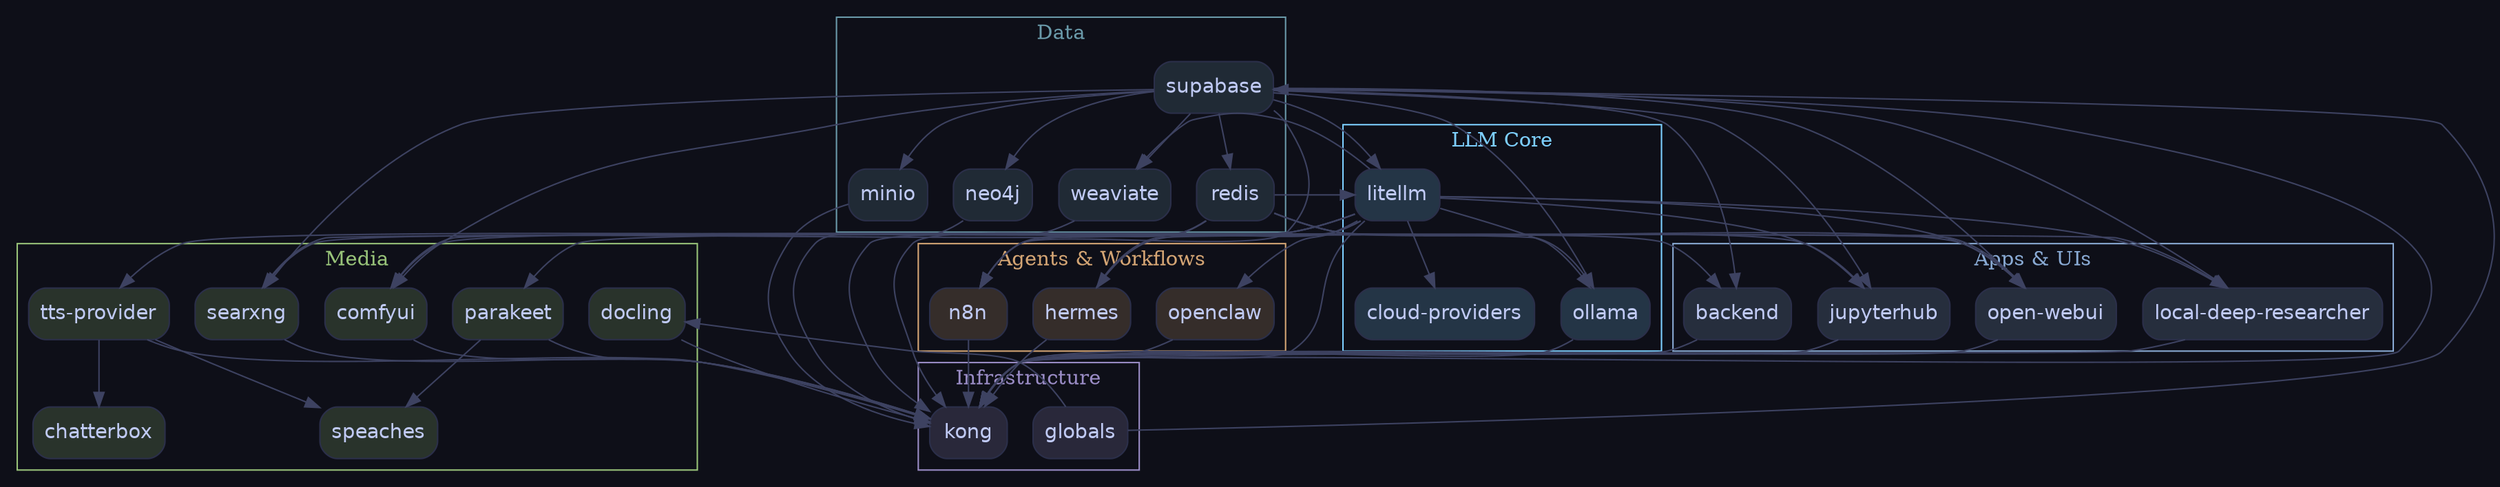
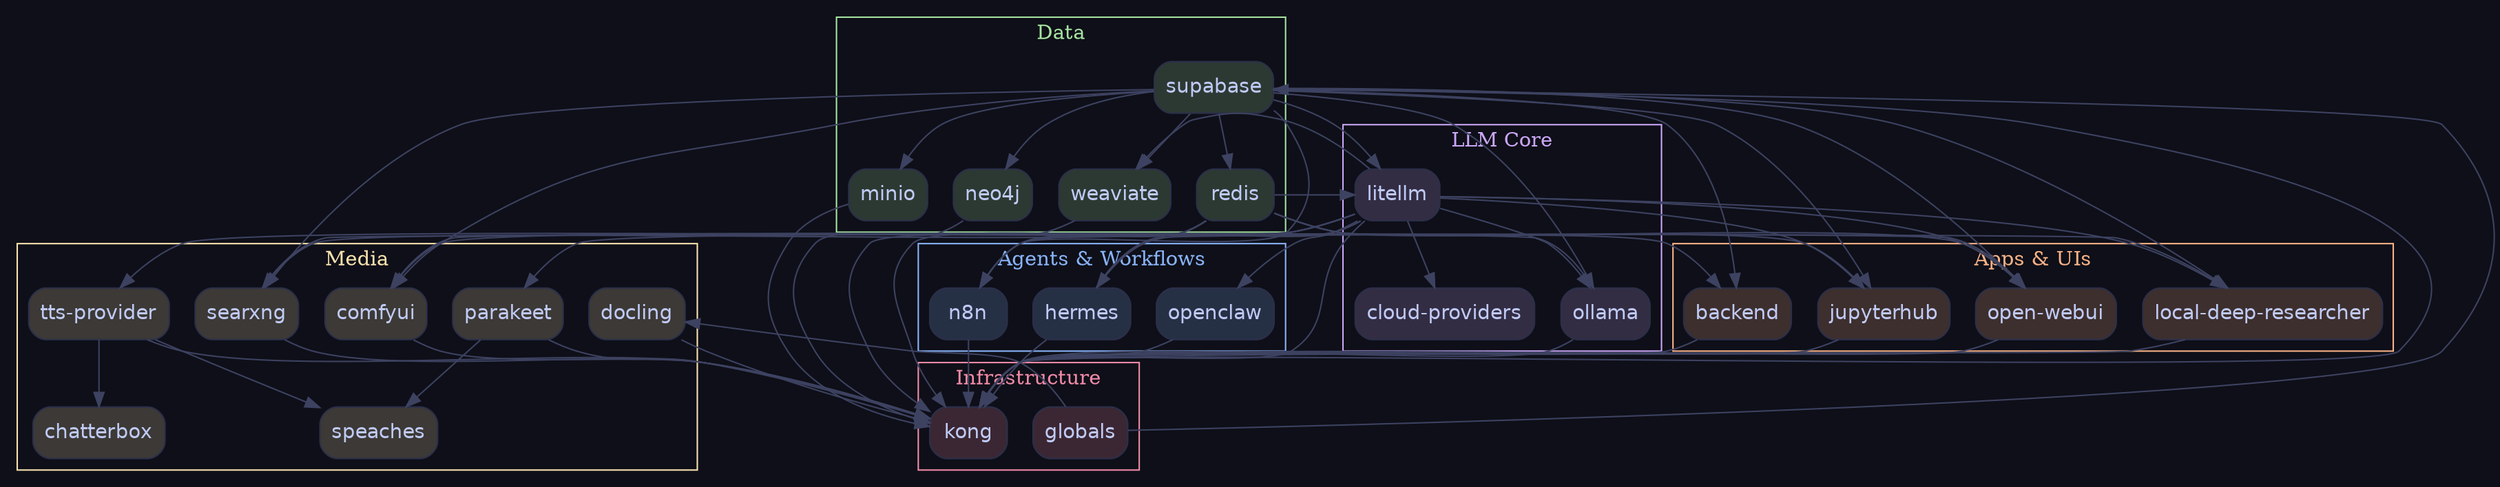
digraph stack {
  rankdir=TB;
  bgcolor="#0e0f18";
  node [shape=box, style="filled,rounded", fontname="Helvetica", fontcolor="#c0caf5", color="#2b2f4a"];
  edge [color="#3d4261"];

  subgraph "cluster_infra" {
    label="Infrastructure";
-     fontcolor="#9a8cc6";
-     color="#9a8cc6";
-     "globals" [fillcolor="#9a8cc633"];
-     "kong" [fillcolor="#9a8cc633"];
+     fontcolor="#f38ba8";
+     color="#f38ba8";
+     "globals" [fillcolor="#f38ba833"];
+     "kong" [fillcolor="#f38ba833"];
  }

  subgraph "cluster_data" {
    label="Data";
-     fontcolor="#6a9aaa";
-     color="#6a9aaa";
-     "supabase" [fillcolor="#6a9aaa33"];
-     "minio" [fillcolor="#6a9aaa33"];
-     "neo4j" [fillcolor="#6a9aaa33"];
-     "redis" [fillcolor="#6a9aaa33"];
-     "weaviate" [fillcolor="#6a9aaa33"];
+     fontcolor="#a6e3a1";
+     color="#a6e3a1";
+     "supabase" [fillcolor="#a6e3a133"];
+     "minio" [fillcolor="#a6e3a133"];
+     "neo4j" [fillcolor="#a6e3a133"];
+     "redis" [fillcolor="#a6e3a133"];
+     "weaviate" [fillcolor="#a6e3a133"];
  }

  subgraph "cluster_llm" {
    label="LLM Core";
-     fontcolor="#7dcfff";
-     color="#7dcfff";
-     "litellm" [fillcolor="#7dcfff33"];
-     "cloud-providers" [fillcolor="#7dcfff33"];
-     "ollama" [fillcolor="#7dcfff33"];
+     fontcolor="#cba6f7";
+     color="#cba6f7";
+     "litellm" [fillcolor="#cba6f733"];
+     "cloud-providers" [fillcolor="#cba6f733"];
+     "ollama" [fillcolor="#cba6f733"];
  }

  subgraph "cluster_media" {
    label="Media";
-     fontcolor="#98c379";
-     color="#98c379";
-     "docling" [fillcolor="#98c37933"];
-     "comfyui" [fillcolor="#98c37933"];
-     "parakeet" [fillcolor="#98c37933"];
-     "searxng" [fillcolor="#98c37933"];
-     "tts-provider" [fillcolor="#98c37933"];
-     "chatterbox" [fillcolor="#98c37933"];
-     "speaches" [fillcolor="#98c37933"];
+     fontcolor="#f9e2af";
+     color="#f9e2af";
+     "docling" [fillcolor="#f9e2af33"];
+     "comfyui" [fillcolor="#f9e2af33"];
+     "parakeet" [fillcolor="#f9e2af33"];
+     "searxng" [fillcolor="#f9e2af33"];
+     "tts-provider" [fillcolor="#f9e2af33"];
+     "chatterbox" [fillcolor="#f9e2af33"];
+     "speaches" [fillcolor="#f9e2af33"];
  }

  subgraph "cluster_agents" {
    label="Agents & Workflows";
-     fontcolor="#d4a574";
-     color="#d4a574";
-     "hermes" [fillcolor="#d4a57433"];
-     "n8n" [fillcolor="#d4a57433"];
-     "openclaw" [fillcolor="#d4a57433"];
+     fontcolor="#89b4fa";
+     color="#89b4fa";
+     "hermes" [fillcolor="#89b4fa33"];
+     "n8n" [fillcolor="#89b4fa33"];
+     "openclaw" [fillcolor="#89b4fa33"];
  }

  subgraph "cluster_apps" {
    label="Apps & UIs";
-     fontcolor="#89aad4";
-     color="#89aad4";
-     "backend" [fillcolor="#89aad433"];
-     "jupyterhub" [fillcolor="#89aad433"];
-     "open-webui" [fillcolor="#89aad433"];
-     "local-deep-researcher" [fillcolor="#89aad433"];
+     fontcolor="#fab387";
+     color="#fab387";
+     "backend" [fillcolor="#fab38733"];
+     "jupyterhub" [fillcolor="#fab38733"];
+     "open-webui" [fillcolor="#fab38733"];
+     "local-deep-researcher" [fillcolor="#fab38733"];
  }

  "supabase" -> "backend";
  "redis" -> "backend";
  "tts-provider" -> "chatterbox";
  "litellm" -> "cloud-providers";
  "supabase" -> "comfyui";
  "litellm" -> "comfyui";
  "ollama" -> "comfyui";
  "globals" -> "docling";
  "litellm" -> "hermes";
  "supabase" -> "jupyterhub";
  "redis" -> "jupyterhub";
  "litellm" -> "jupyterhub";
  "supabase" -> "kong";
  "redis" -> "kong";
  "litellm" -> "kong";
  "open-webui" -> "kong";
  "n8n" -> "kong";
  "hermes" -> "kong";
  "openclaw" -> "kong";
  "jupyterhub" -> "kong";
  "backend" -> "kong";
  "searxng" -> "kong";
  "minio" -> "kong";
  "comfyui" -> "kong";
  "local-deep-researcher" -> "kong";
  "neo4j" -> "kong";
  "weaviate" -> "kong";
  "tts-provider" -> "kong";
  "parakeet" -> "kong";
  "docling" -> "kong";
  "ollama" -> "kong";
  "supabase" -> "litellm";
  "redis" -> "litellm";
  "supabase" -> "local-deep-researcher";
  "searxng" -> "local-deep-researcher";
  "litellm" -> "local-deep-researcher";
  "supabase" -> "minio";
  "supabase" -> "n8n";
  "redis" -> "n8n";
  "litellm" -> "n8n";
  "supabase" -> "neo4j";
  "supabase" -> "ollama";
  "litellm" -> "ollama";
  "supabase" -> "open-webui";
  "redis" -> "open-webui";
  "litellm" -> "open-webui";
  "hermes" -> "open-webui";
  "litellm" -> "openclaw";
  "litellm" -> "parakeet";
  "supabase" -> "redis";
  "supabase" -> "searxng";
  "redis" -> "searxng";
  "parakeet" -> "speaches";
  "tts-provider" -> "speaches";
  "globals" -> "supabase";
  "litellm" -> "tts-provider";
  "supabase" -> "weaviate";
  "litellm" -> "weaviate";
}
